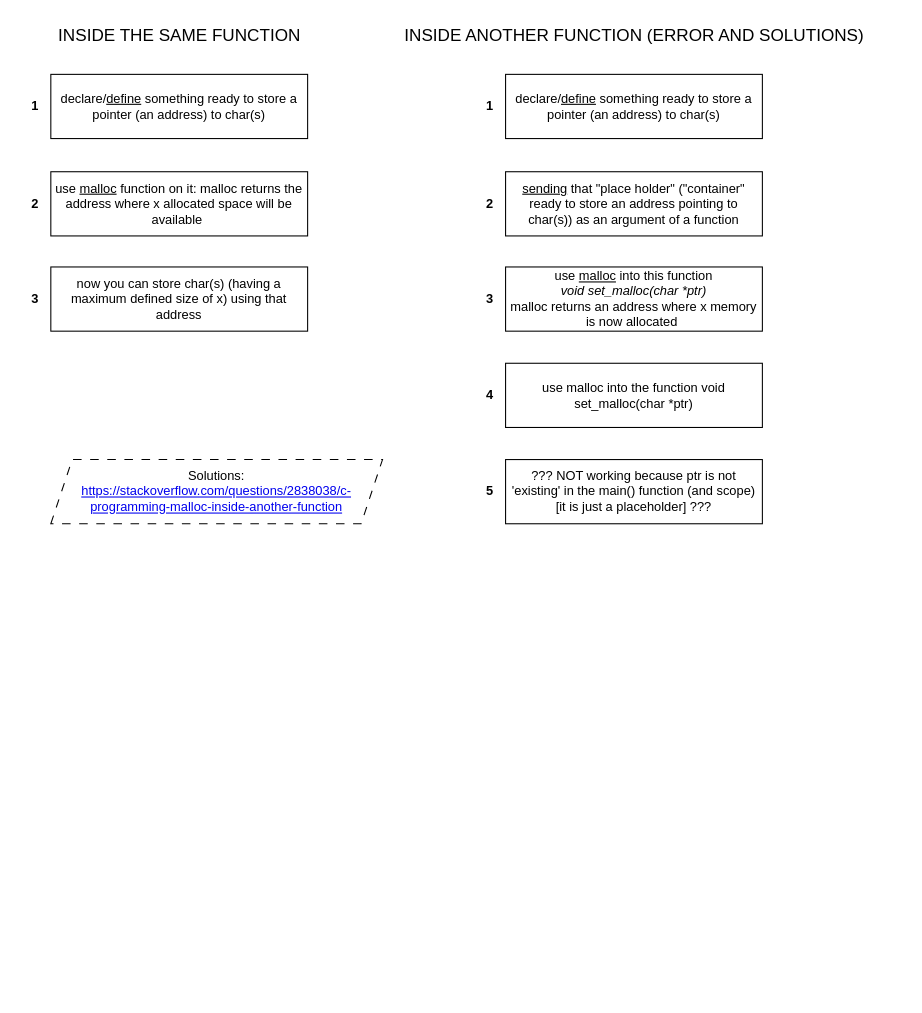
Earlier version of the draw.io diagram Untitled Diagram.drawio (YannickRd/6x7). Source tidied: cells renumbered, new cells numbered last; positions are measured from the earlier drawing's top-left corner, leaving out a move shared by most shapes. Both pictures are drawn from the tidied source at 107%, with x=0, y=0 at pixel (18, 18).
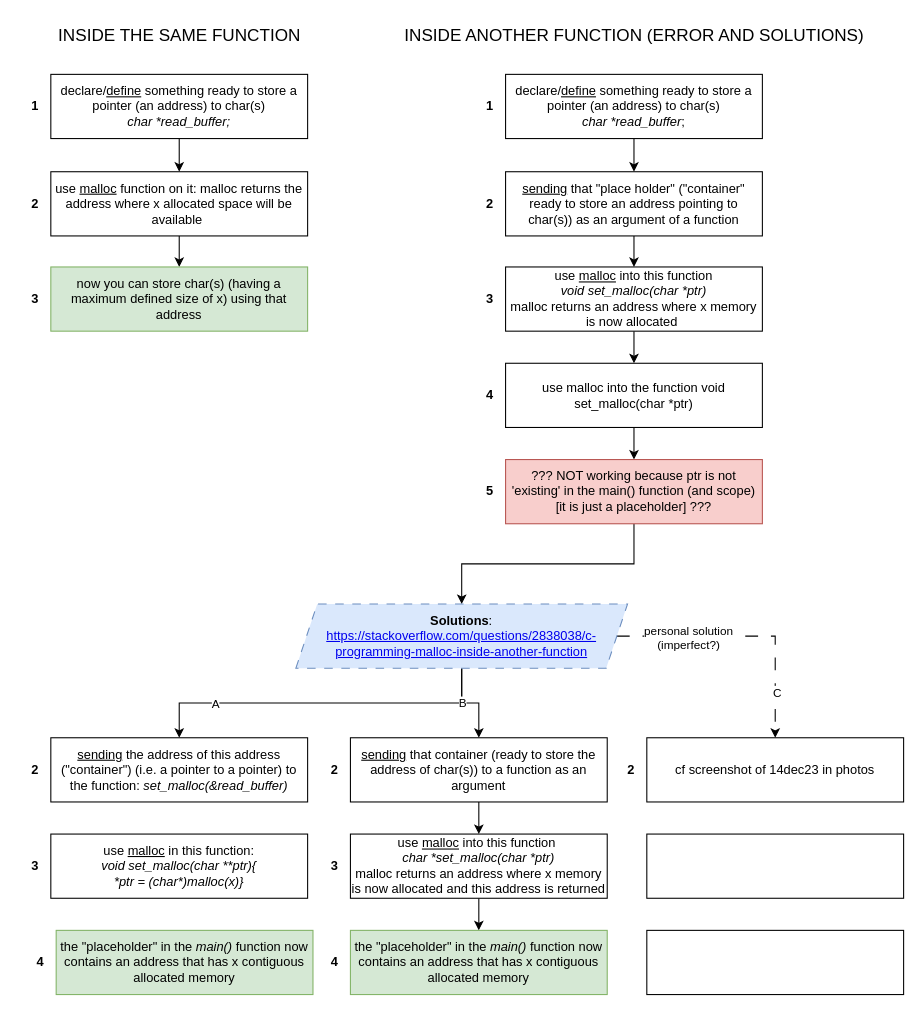
The same page after the edit.

Unchanged cells that the change refers to:
```xml
<mxCell id="4" value="use &lt;u&gt;malloc&lt;/u&gt; function on it: malloc returns the address where x allocated space will be available&amp;nbsp;" style="whiteSpace=wrap;html=1;" parent="1" vertex="1">
  <mxGeometry x="30" y="143" width="240" height="60" as="geometry" />
</mxCell>
<mxCell id="11" value="&lt;u&gt;sending&lt;/u&gt; that &quot;place holder&quot; (&quot;container&quot; ready to store an address pointing to char(s)) as an argument of a function" style="whiteSpace=wrap;html=1;" parent="1" vertex="1">
  <mxGeometry x="455" y="143" width="240" height="60" as="geometry" />
</mxCell>
<mxCell id="14" value="use &lt;u&gt;malloc&lt;/u&gt; into this function &lt;br&gt;&lt;i&gt;void set_malloc(char *ptr)&lt;br&gt;&lt;/i&gt;malloc returns an address where x memory is now allocated&amp;nbsp;" style="whiteSpace=wrap;html=1;" parent="1" vertex="1">
  <mxGeometry x="455" y="232" width="240" height="60" as="geometry" />
</mxCell>
<mxCell id="16" value="use malloc into the function void set_malloc(char *ptr)" style="whiteSpace=wrap;html=1;" parent="1" vertex="1">
  <mxGeometry x="455" y="322" width="240" height="60" as="geometry" />
</mxCell>
```

What changed in the source:
```diff
@@
+    <mxCell id="21" style="edgeStyle=orthogonalEdgeStyle;rounded=0;jettySize=auto;html=1;" parent="1" edge="1" source="2" target="4">
+      <mxGeometry relative="1" as="geometry" />
+    </mxCell>
-    <mxCell id="2" value="declare/&lt;u&gt;define&lt;/u&gt; something ready to store a pointer (an address) to char(s)" style="whiteSpace=wrap;html=1;" parent="1" vertex="1">
+    <mxCell id="2" value="declare/&lt;u&gt;define&lt;/u&gt; something ready to store a pointer (an address) to char(s)&lt;br&gt;&lt;i&gt;char *read_buffer;&lt;/i&gt;" style="whiteSpace=wrap;html=1;" parent="1" vertex="1">
       <mxGeometry x="30" y="52" width="240" height="60" as="geometry" />
     </mxCell>
@@
+    <mxCell id="22" style="edgeStyle=orthogonalEdgeStyle;rounded=0;jettySize=auto;html=1;" parent="1" edge="1" source="4" target="7">
+      <mxGeometry relative="1" as="geometry" />
+    </mxCell>
@@
-    <mxCell id="7" value="now you can store char(s) (having a maximum defined size of x) using that address" style="whiteSpace=wrap;html=1;" parent="1" vertex="1">
+    <mxCell id="7" value="now you can store char(s) (having a maximum defined size of x) using that address" style="whiteSpace=wrap;html=1;fillColor=#d5e8d4;strokeColor=#82b366;" parent="1" vertex="1">
       <mxGeometry x="30" y="232" width="240" height="60" as="geometry" />
     </mxCell>
@@
+    <mxCell id="23" style="edgeStyle=orthogonalEdgeStyle;rounded=0;jettySize=auto;html=1;" parent="1" edge="1" source="9" target="11">
+      <mxGeometry relative="1" as="geometry" />
+    </mxCell>
-    <mxCell id="9" value="declare/&lt;u&gt;define&lt;/u&gt; something ready to store a pointer (an address) to char(s)" style="whiteSpace=wrap;html=1;" parent="1" vertex="1">
+    <mxCell id="9" value="declare/&lt;u&gt;define&lt;/u&gt; something ready to store a pointer (an address) to char(s)&lt;br&gt;&lt;i&gt;char&lt;/i&gt;&lt;span style=&quot;white-space: pre;&quot;&gt;&lt;i&gt;&amp;nbsp;*read_buffer&lt;/i&gt;;&lt;/span&gt;" style="whiteSpace=wrap;html=1;" parent="1" vertex="1">
       <mxGeometry x="455" y="52" width="240" height="60" as="geometry" />
     </mxCell>
@@
+    <mxCell id="24" style="edgeStyle=orthogonalEdgeStyle;rounded=0;jettySize=auto;html=1;" parent="1" edge="1" source="11" target="14">
+      <mxGeometry relative="1" as="geometry" />
+    </mxCell>
@@
+    <mxCell id="25" style="edgeStyle=orthogonalEdgeStyle;rounded=0;jettySize=auto;html=1;" parent="1" edge="1" source="14" target="16">
+      <mxGeometry relative="1" as="geometry" />
+    </mxCell>
@@
+    <mxCell id="26" style="edgeStyle=orthogonalEdgeStyle;rounded=0;jettySize=auto;html=1;" parent="1" edge="1" source="16" target="18">
+      <mxGeometry relative="1" as="geometry" />
+    </mxCell>
@@
+    <mxCell id="27" style="edgeStyle=orthogonalEdgeStyle;rounded=0;jettySize=auto;html=1;entryX=0.5;entryY=0;entryDx=0;entryDy=0;" parent="1" edge="1" source="18" target="20">
+      <mxGeometry relative="1" as="geometry" />
+    </mxCell>
-    <mxCell id="18" value="??? NOT working because ptr is not 'existing' in the main() function (and scope) [it is just a placeholder] ???" style="whiteSpace=wrap;html=1;" parent="1" vertex="1">
+    <mxCell id="18" value="??? NOT working because ptr is not 'existing' in the main() function (and scope) [it is just a placeholder] ???" style="whiteSpace=wrap;html=1;fillColor=#f8cecc;strokeColor=#b85450;" parent="1" vertex="1">
       <mxGeometry x="455" y="412" width="240" height="60" as="geometry" />
     </mxCell>
@@
+    <mxCell id="28" style="edgeStyle=orthogonalEdgeStyle;rounded=0;jettySize=auto;html=1;" parent="1" edge="1" source="20" target="35">
+      <mxGeometry relative="1" as="geometry" />
+    </mxCell>
+    <mxCell id="29" value="A" style="edgeLabel;html=1;align=center;verticalAlign=middle;" parent="28" vertex="1">
+      <mxGeometry x="0.6" relative="1" as="geometry">
+        <mxPoint y="1" as="offset" />
+      </mxGeometry>
+    </mxCell>
+    <mxCell id="30" style="edgeStyle=orthogonalEdgeStyle;rounded=0;jettySize=auto;html=1;" parent="1" edge="1" source="20" target="37">
+      <mxGeometry relative="1" as="geometry" />
+    </mxCell>
+    <mxCell id="31" value="B" style="edgeLabel;html=1;align=center;verticalAlign=middle;" parent="30" vertex="1">
+      <mxGeometry x="-0.21" relative="1" as="geometry" />
+    </mxCell>
+    <mxCell id="32" style="edgeStyle=orthogonalEdgeStyle;rounded=0;jettySize=auto;html=1;dashed=1;dashPattern=12 12;" parent="1" edge="1" source="20" target="38">
+      <mxGeometry relative="1" as="geometry" />
+    </mxCell>
+    <mxCell id="33" value="C" style="edgeLabel;html=1;align=center;verticalAlign=middle;" parent="32" vertex="1">
+      <mxGeometry x="0.65" y="1" relative="1" as="geometry" />
+    </mxCell>
+    <mxCell id="34" value="personal solution&lt;br&gt;(imperfect?)" style="edgeLabel;html=1;align=center;verticalAlign=middle;" parent="32" vertex="1">
+      <mxGeometry x="-0.46" y="-1" relative="1" as="geometry" />
+    </mxCell>
-    <mxCell id="20" value="&lt;font style=&quot;font-size: 12px;&quot;&gt;Solutions:&lt;br&gt;&lt;a href=&quot;https://stackoverflow.com/questions/2838038/c-programming-malloc-inside-another-function&quot;&gt;https://stackoverflow.com/questions/2838038/c-programming-malloc-inside-another-function&lt;/a&gt;&lt;/font&gt;" style="shape=parallelogram;perimeter=parallelogramPerimeter;whiteSpace=wrap;html=1;fixedSize=1;dashed=1;dashPattern=8 8;" parent="1" vertex="1">
-      <mxGeometry x="30" y="412" width="310" height="60" as="geometry" />
+    <mxCell id="20" value="&lt;font style=&quot;font-size: 12px;&quot;&gt;&lt;b&gt;Solutions&lt;/b&gt;:&lt;br&gt;&lt;a href=&quot;https://stackoverflow.com/questions/2838038/c-programming-malloc-inside-another-function&quot;&gt;https://stackoverflow.com/questions/2838038/c-programming-malloc-inside-another-function&lt;/a&gt;&lt;/font&gt;" style="shape=parallelogram;perimeter=parallelogramPerimeter;whiteSpace=wrap;html=1;fixedSize=1;dashed=1;dashPattern=8 8;fillColor=#dae8fc;strokeColor=#6c8ebf;" parent="1" vertex="1">
+      <mxGeometry x="259" y="547" width="310" height="60" as="geometry" />
     </mxCell>
+    <mxCell id="35" value="&lt;u&gt;sending&lt;/u&gt; the address of this address (&quot;container&quot;) (i.e. a pointer to a pointer) to the function: &lt;i&gt;set_malloc(&amp;amp;read_buffer)&lt;/i&gt;" style="whiteSpace=wrap;html=1;" parent="1" vertex="1">
+      <mxGeometry x="30" y="672" width="240" height="60" as="geometry" />
+    </mxCell>
+    <mxCell id="36" style="edgeStyle=orthogonalEdgeStyle;rounded=0;jettySize=auto;html=1;" parent="1" edge="1" source="37" target="40">
+      <mxGeometry relative="1" as="geometry" />
+    </mxCell>
+    <mxCell id="37" value="&lt;u&gt;sending&lt;/u&gt; that container (ready to store the address of char(s)) to a function as an argument" style="whiteSpace=wrap;html=1;" parent="1" vertex="1">
+      <mxGeometry x="310" y="672" width="240" height="60" as="geometry" />
+    </mxCell>
+    <mxCell id="38" value="cf screenshot of 14dec23 in photos" style="whiteSpace=wrap;html=1;" parent="1" vertex="1">
+      <mxGeometry x="587" y="672" width="240" height="60" as="geometry" />
+    </mxCell>
+    <mxCell id="39" style="edgeStyle=orthogonalEdgeStyle;rounded=0;jettySize=auto;html=1;" parent="1" edge="1" source="40" target="41">
+      <mxGeometry relative="1" as="geometry" />
+    </mxCell>
+    <mxCell id="40" value="use&amp;nbsp;&lt;u style=&quot;border-color: var(--border-color);&quot;&gt;malloc&lt;/u&gt;&amp;nbsp;into this function&amp;nbsp;&lt;br style=&quot;border-color: var(--border-color);&quot;&gt;&lt;i style=&quot;border-color: var(--border-color);&quot;&gt;char *set_malloc(char *ptr)&lt;br style=&quot;border-color: var(--border-color);&quot;&gt;&lt;/i&gt;malloc returns an address where x memory is now allocated and this address is returned" style="whiteSpace=wrap;html=1;" parent="1" vertex="1">
+      <mxGeometry x="310" y="762" width="240" height="60" as="geometry" />
+    </mxCell>
+    <mxCell id="41" value="the &quot;placeholder&quot; in the &lt;i&gt;main()&lt;/i&gt; function now contains an address that has x contiguous allocated memory" style="whiteSpace=wrap;html=1;fillColor=#d5e8d4;strokeColor=#82b366;" parent="1" vertex="1">
+      <mxGeometry x="310" y="852" width="240" height="60" as="geometry" />
+    </mxCell>
+    <mxCell id="42" value="&lt;b&gt;2&lt;/b&gt;" style="text;html=1;align=center;verticalAlign=middle;strokeColor=none;fillColor=none;" parent="1" vertex="1">
+      <mxGeometry y="687" width="30" height="30" as="geometry" />
+    </mxCell>
+    <mxCell id="43" value="&lt;b&gt;2&lt;/b&gt;" style="text;html=1;align=center;verticalAlign=middle;strokeColor=none;fillColor=none;" parent="1" vertex="1">
+      <mxGeometry x="280" y="687" width="30" height="30" as="geometry" />
+    </mxCell>
+    <mxCell id="44" value="&lt;b&gt;2&lt;/b&gt;" style="text;html=1;align=center;verticalAlign=middle;strokeColor=none;fillColor=none;" parent="1" vertex="1">
+      <mxGeometry x="557" y="687" width="30" height="30" as="geometry" />
+    </mxCell>
+    <mxCell id="45" value="&lt;b&gt;3&lt;/b&gt;" style="text;html=1;align=center;verticalAlign=middle;strokeColor=none;fillColor=none;" parent="1" vertex="1">
+      <mxGeometry x="280" y="777" width="30" height="30" as="geometry" />
+    </mxCell>
+    <mxCell id="46" value="&lt;b&gt;4&lt;/b&gt;" style="text;html=1;align=center;verticalAlign=middle;strokeColor=none;fillColor=none;" parent="1" vertex="1">
+      <mxGeometry x="280" y="867" width="30" height="30" as="geometry" />
+    </mxCell>
+    <mxCell id="47" style="whiteSpace=wrap;html=1;" parent="1" vertex="1">
+      <mxGeometry x="587" y="762" width="240" height="60" as="geometry" />
+    </mxCell>
+    <mxCell id="48" style="whiteSpace=wrap;html=1;" parent="1" vertex="1">
+      <mxGeometry x="587" y="852" width="240" height="60" as="geometry" />
+    </mxCell>
+    <mxCell id="49" value="use &lt;u&gt;malloc&lt;/u&gt; in this function:&lt;br&gt;&lt;i&gt;void set_malloc(char **ptr){&lt;br&gt;*ptr = (char*)malloc(x)}&lt;br&gt;&lt;/i&gt;" style="whiteSpace=wrap;html=1;" parent="1" vertex="1">
+      <mxGeometry x="30" y="762" width="240" height="60" as="geometry" />
+    </mxCell>
+    <mxCell id="50" value="&lt;b&gt;3&lt;/b&gt;" style="text;html=1;align=center;verticalAlign=middle;strokeColor=none;fillColor=none;" parent="1" vertex="1">
+      <mxGeometry y="777" width="30" height="30" as="geometry" />
+    </mxCell>
+    <mxCell id="51" value="the &quot;placeholder&quot; in the &lt;i&gt;main()&lt;/i&gt; function now contains an address that has x contiguous allocated memory" style="whiteSpace=wrap;html=1;fillColor=#d5e8d4;strokeColor=#82b366;" parent="1" vertex="1">
+      <mxGeometry x="35" y="852" width="240" height="60" as="geometry" />
+    </mxCell>
+    <mxCell id="52" value="&lt;b&gt;4&lt;/b&gt;" style="text;html=1;align=center;verticalAlign=middle;strokeColor=none;fillColor=none;" parent="1" vertex="1">
+      <mxGeometry x="5" y="867" width="30" height="30" as="geometry" />
+    </mxCell>
```
